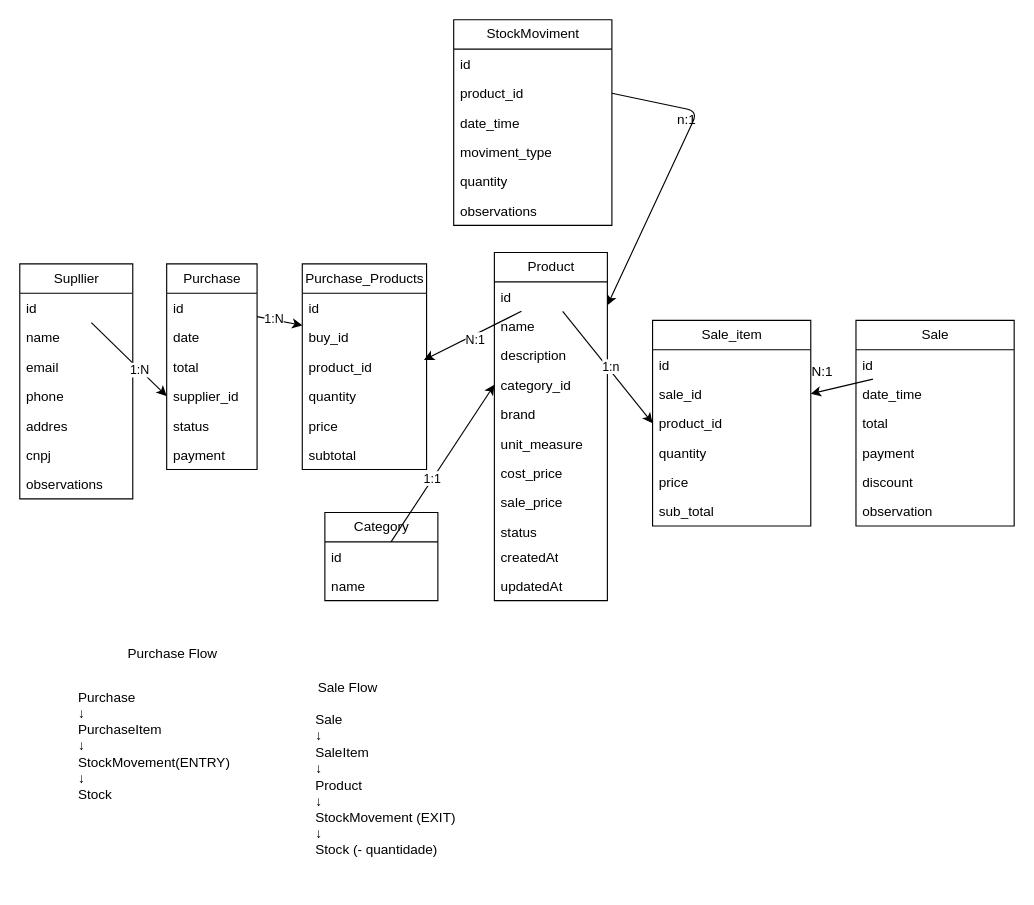
The draw.io diagram backend/umlSenzalas.drawio in BelizarioJv/Projeto-Senzalas-Bar, before the edit. Source tidied: cells renumbered, new cells numbered last; positions are measured from the earlier drawing's top-left corner, leaving out a move shared by most shapes. Both pictures are drawn from the tidied source at 113%, with x=0, y=0 at pixel (19, 19).
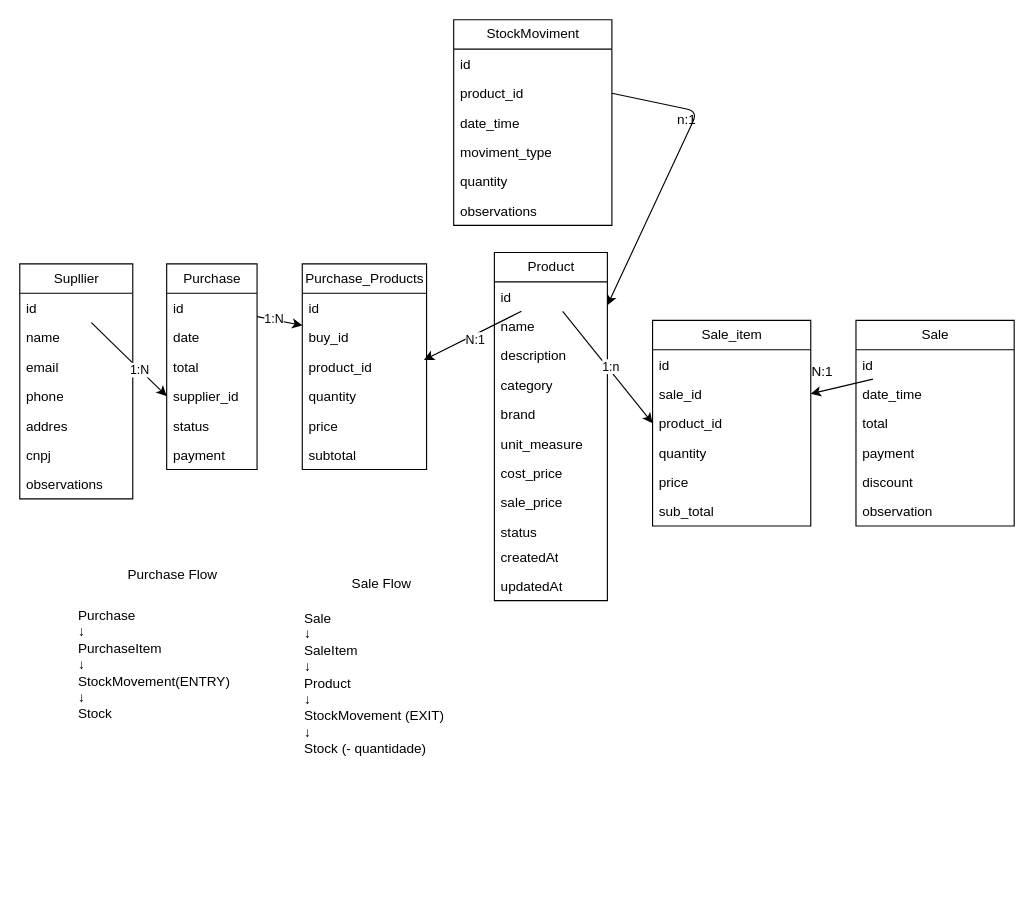
Above is the later version.

The change refers to these unchanged cells:
```xml
<mxCell id="2" value="Product" style="swimlane;fontStyle=0;horizontal=1;startSize=26;fillColor=none;html=1;" parent="1" vertex="1">
  <mxGeometry x="420" y="206" width="100" height="308" as="geometry" />
</mxCell>
```

The edit, as a diff of the source:
```diff
@@
-    <mxCell id="6" value="category_id" style="text;strokeColor=none;fillColor=none;align=left;verticalAlign=top;spacingLeft=4;spacingRight=4;overflow=hidden;points=[[0,0.5],[1,0.5]];portConstraint=eastwest;whiteSpace=wrap;html=1;" parent="2" vertex="1">
+    <mxCell id="6" value="category" style="text;strokeColor=none;fillColor=none;align=left;verticalAlign=top;spacingLeft=4;spacingRight=4;overflow=hidden;points=[[0,0.5],[1,0.5]];portConstraint=eastwest;whiteSpace=wrap;html=1;" parent="2" vertex="1">
       <mxGeometry y="104" width="100" height="26" as="geometry" />
     </mxCell>
@@
-    <mxCell id="66" value="Category" style="swimlane;fontStyle=0;horizontal=1;startSize=26;fillColor=none;html=1;" parent="1" vertex="1">
-      <mxGeometry x="270" y="436" width="100" height="78" as="geometry" />
-    </mxCell>
-    <mxCell id="67" value="id" style="text;strokeColor=none;fillColor=none;align=left;verticalAlign=top;spacingLeft=4;spacingRight=4;overflow=hidden;points=[[0,0.5],[1,0.5]];portConstraint=eastwest;whiteSpace=wrap;html=1;" parent="66" vertex="1">
-      <mxGeometry y="26" width="100" height="26" as="geometry" />
-    </mxCell>
-    <mxCell id="68" value="name" style="text;strokeColor=none;fillColor=none;align=left;verticalAlign=top;spacingLeft=4;spacingRight=4;overflow=hidden;whiteSpace=wrap;html=1;" parent="66" vertex="1">
-      <mxGeometry y="52" width="100" height="26" as="geometry" />
-    </mxCell>
     <mxCell id="69" value="Purchase&lt;br&gt;↓&lt;br&gt;PurchaseItem&lt;br&gt;↓&lt;br&gt;StockMovement(ENTRY)&lt;br&gt;↓&lt;br&gt;Stock" style="text;whiteSpace=wrap;html=1;" parent="1" vertex="1">
-      <mxGeometry x="50" y="586" width="170" height="180" as="geometry" />
+      <mxGeometry x="50" y="514" width="170" height="180" as="geometry" />
     </mxCell>
     <mxCell id="70" value="Purchase Flow" style="text;html=1;align=center;verticalAlign=middle;strokeColor=none;fillColor=none;" parent="1" vertex="1">
-      <mxGeometry x="85" y="546" width="100" height="30" as="geometry" />
+      <mxGeometry x="85" y="476" width="100" height="30" as="geometry" />
     </mxCell>
     <mxCell id="71" value="&lt;span&gt;Sale&lt;/span&gt;&lt;br&gt;&lt;span&gt;   ↓&lt;/span&gt;&lt;br&gt;&lt;span&gt;SaleItem&lt;/span&gt;&lt;br&gt;&lt;span&gt;   ↓&lt;/span&gt;&lt;br&gt;&lt;span&gt;Product&lt;/span&gt;&lt;br&gt;&lt;span&gt;   ↓&lt;/span&gt;&lt;br&gt;&lt;span&gt;StockMovement (EXIT)&lt;/span&gt;&lt;br&gt;&lt;span&gt;   ↓&lt;/span&gt;&lt;br&gt;&lt;span&gt;Stock (- quantidade)&lt;/span&gt;" style="text;whiteSpace=wrap;html=1;" parent="1" vertex="1">
-      <mxGeometry x="260" y="606" width="160" height="150" as="geometry" />
+      <mxGeometry x="250" y="516" width="160" height="150" as="geometry" />
     </mxCell>
     <mxCell id="72" value="Sale Flow" style="text;html=1;align=center;verticalAlign=middle;strokeColor=none;fillColor=none;" parent="1" vertex="1">
-      <mxGeometry x="250" y="576" width="80" height="30" as="geometry" />
+      <mxGeometry x="280" y="484" width="80" height="30" as="geometry" />
     </mxCell>
-    <mxCell id="73" style="edgeStyle=none;html=1;entryX=0;entryY=0.5;entryDx=0;entryDy=0;" parent="1" edge="1" source="67" target="6">
-      <mxGeometry relative="1" as="geometry" />
-    </mxCell>
-    <mxCell id="74" value="1:1" style="edgeLabel;html=1;align=center;verticalAlign=middle;" parent="73" vertex="1">
-      <mxGeometry x="-0.2" y="1" relative="1" as="geometry" />
-    </mxCell>
```
